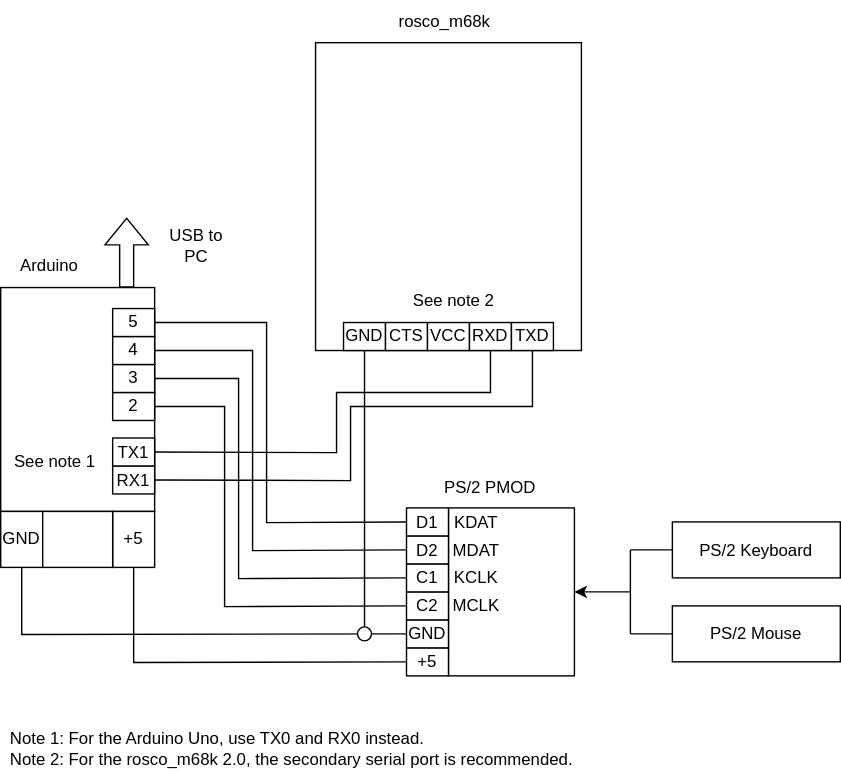
The draw.io diagram doc/wiring_diagram.drawio.svg in danodus/rosco_m68k_io, before a commit. Source tidied: cells renumbered, new cells last; positions are measured from the earlier drawing's top-left corner, leaving out a move shared by most shapes.
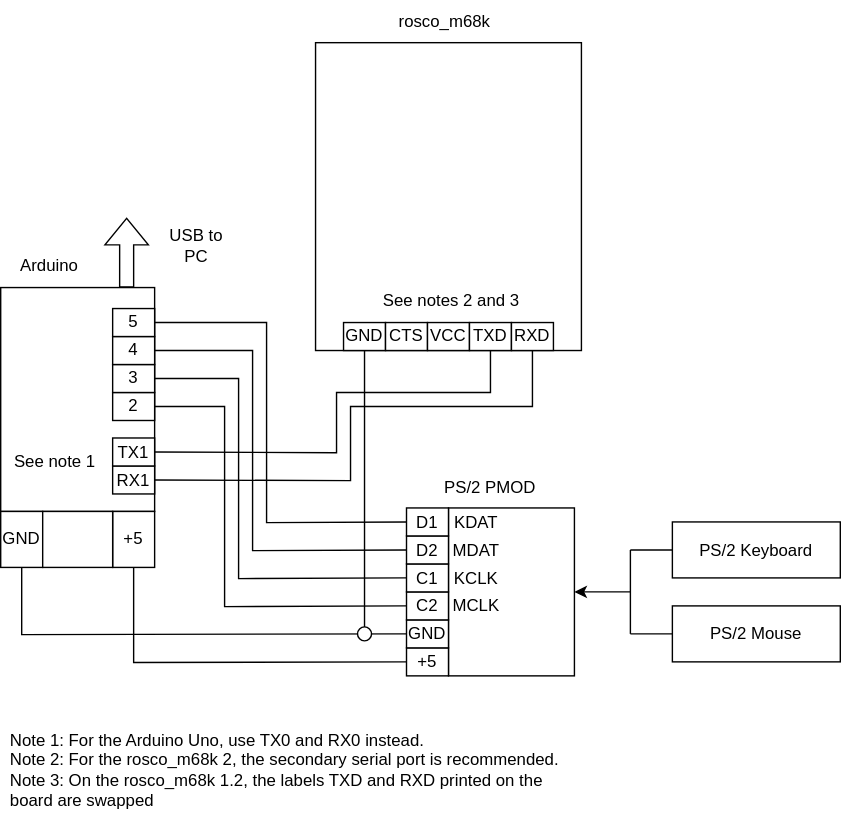
After the change.

Commit message:
Fix Arduino Mega not sending data without local echo

What changed in the source:
```diff
@@ -162,10 +162,10 @@
     <mxCell id="41" value="VCC" style="rounded=0;whiteSpace=wrap;html=1;" parent="1" vertex="1">
       <mxGeometry x="305" y="230" width="30" height="20" as="geometry" />
     </mxCell>
-    <mxCell id="42" value="RXD" style="rounded=0;whiteSpace=wrap;html=1;" parent="1" vertex="1">
+    <mxCell id="42" value="TXD" style="rounded=0;whiteSpace=wrap;html=1;" parent="1" vertex="1">
       <mxGeometry x="335" y="230" width="30" height="20" as="geometry" />
     </mxCell>
-    <mxCell id="43" value="TXD" style="rounded=0;whiteSpace=wrap;html=1;" parent="1" vertex="1">
+    <mxCell id="43" value="RXD" style="rounded=0;whiteSpace=wrap;html=1;" parent="1" vertex="1">
       <mxGeometry x="365" y="230" width="30" height="20" as="geometry" />
     </mxCell>
     <mxCell id="44" style="edgeStyle=none;html=1;exitX=1;exitY=0.5;exitDx=0;exitDy=0;entryX=0.5;entryY=1;entryDx=0;entryDy=0;endArrow=none;endFill=0;rounded=0;" parent="1" edge="1" source="45" target="43">
@@ -195,11 +195,11 @@
     <mxCell id="48" value="See note 1" style="text;html=1;strokeColor=none;fillColor=none;align=right;verticalAlign=middle;whiteSpace=wrap;rounded=0;" parent="1" vertex="1">
       <mxGeometry y="315" width="70" height="30" as="geometry" />
     </mxCell>
-    <mxCell id="49" value="Note 1: For the Arduino Uno, use TX0 and RX0 instead.&lt;br&gt;Note 2: For the rosco_m68k 2.0, the secondary serial port is recommended." style="text;html=1;strokeColor=none;fillColor=none;align=left;verticalAlign=middle;whiteSpace=wrap;rounded=0;" parent="1" vertex="1">
-      <mxGeometry x="5" y="520" width="405" height="30" as="geometry" />
+    <mxCell id="49" value="Note 1: For the Arduino Uno, use TX0 and RX0 instead.&lt;br&gt;Note 2: For the rosco_m68k 2, the secondary serial port is recommended.&lt;br&gt;Note 3: On the rosco_m68k 1.2, the labels TXD and RXD printed on the board&amp;nbsp;are swapped" style="text;html=1;strokeColor=none;fillColor=none;align=left;verticalAlign=middle;whiteSpace=wrap;rounded=0;" parent="1" vertex="1">
+      <mxGeometry x="5" y="520" width="405" height="60" as="geometry" />
     </mxCell>
-    <mxCell id="50" value="See note 2" style="text;html=1;strokeColor=none;fillColor=none;align=right;verticalAlign=middle;whiteSpace=wrap;rounded=0;" parent="1" vertex="1">
-      <mxGeometry x="285" y="200" width="70" height="30" as="geometry" />
+    <mxCell id="50" value="See notes 2 and 3" style="text;html=1;strokeColor=none;fillColor=none;align=right;verticalAlign=middle;whiteSpace=wrap;rounded=0;" parent="1" vertex="1">
+      <mxGeometry x="267.5" y="200" width="105" height="30" as="geometry" />
     </mxCell>
     <mxCell id="51" style="edgeStyle=none;rounded=0;html=1;exitX=0.5;exitY=1;exitDx=0;exitDy=0;endArrow=none;endFill=0;" parent="1" edge="1" source="39">
       <mxGeometry relative="1" as="geometry">
```
